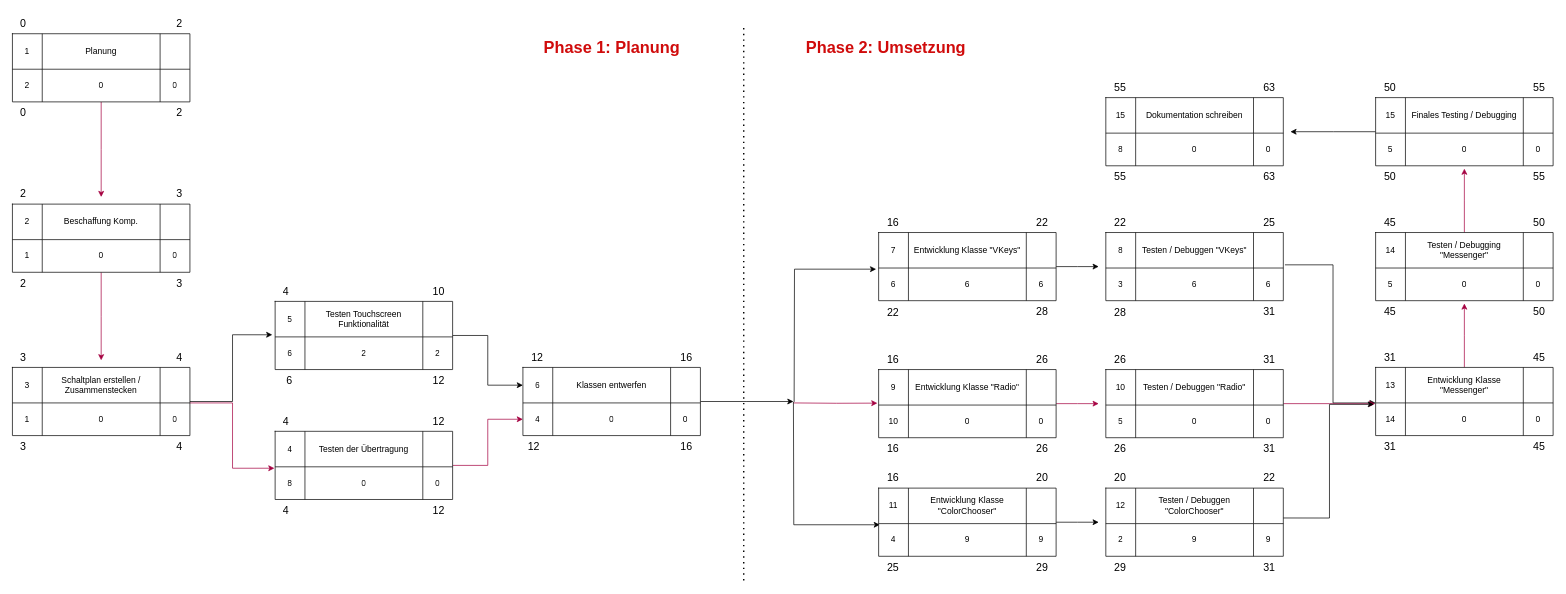
The draw.io diagram Documentation/Grafik/Diagramm/Netzplan.drawio in GeKoppe/TouchPager, before the edit. Source tidied: cells renumbered, new cells numbered last; positions are measured from the earlier drawing's top-left corner, leaving out a move shared by most shapes. Both pictures are drawn from the tidied source at 71%, with x=0, y=0 at pixel (12, 12).
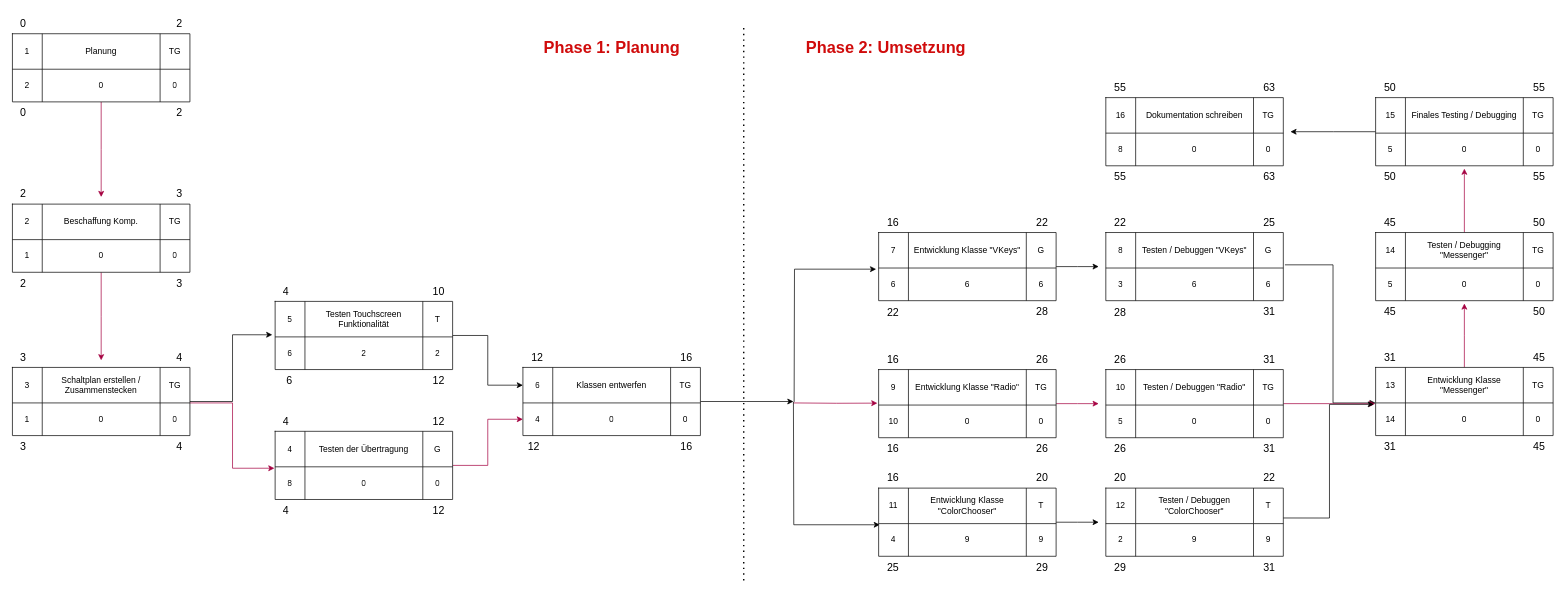
The same diagram, later.

The change refers to these unchanged cells:
```xml
<mxCell id="4" style="shape=tableRow;horizontal=0;startSize=0;swimlaneHead=0;swimlaneBody=0;top=0;left=0;bottom=0;right=0;fillColor=none;labelBackgroundColor=none;" parent="3" vertex="1">
  <mxGeometry width="250" height="50" as="geometry" />
</mxCell>
<mxCell id="18" style="shape=tableRow;horizontal=0;startSize=0;swimlaneHead=0;swimlaneBody=0;top=0;left=0;bottom=0;right=0;fillColor=none;labelBackgroundColor=none;" parent="17" vertex="1">
  <mxGeometry width="250" height="50" as="geometry" />
</mxCell>
<mxCell id="33" style="shape=tableRow;horizontal=0;startSize=0;swimlaneHead=0;swimlaneBody=0;top=0;left=0;bottom=0;right=0;fillColor=none;labelBackgroundColor=none;" parent="32" vertex="1">
  <mxGeometry width="250" height="50" as="geometry" />
</mxCell>
<mxCell id="47" style="shape=tableRow;horizontal=0;startSize=0;swimlaneHead=0;swimlaneBody=0;top=0;left=0;bottom=0;right=0;fillColor=none;labelBackgroundColor=none;" parent="46" vertex="1">
  <mxGeometry width="250" height="50" as="geometry" />
</mxCell>
<mxCell id="61" style="shape=tableRow;horizontal=0;startSize=0;swimlaneHead=0;swimlaneBody=0;top=0;left=0;bottom=0;right=0;fillColor=none;points=[[0,0.5],[1,0.5]];portConstraint=eastwest;labelBackgroundColor=none;" parent="60" vertex="1">
  <mxGeometry width="250" height="50" as="geometry" />
</mxCell>
<mxCell id="75" style="shape=tableRow;horizontal=0;startSize=0;swimlaneHead=0;swimlaneBody=0;top=0;left=0;bottom=0;right=0;fillColor=none;labelBackgroundColor=none;" parent="74" vertex="1">
  <mxGeometry width="250" height="50" as="geometry" />
</mxCell>
<mxCell id="92" style="shape=tableRow;horizontal=0;startSize=0;swimlaneHead=0;swimlaneBody=0;top=0;left=0;bottom=0;right=0;fillColor=none;labelBackgroundColor=none;" parent="91" vertex="1">
  <mxGeometry width="250" height="50" as="geometry" />
</mxCell>
<mxCell id="106" style="shape=tableRow;horizontal=0;startSize=0;swimlaneHead=0;swimlaneBody=0;top=0;left=0;bottom=0;right=0;fillColor=none;labelBackgroundColor=none;" parent="105" vertex="1">
  <mxGeometry width="250" height="50" as="geometry" />
</mxCell>
<mxCell id="120" style="shape=tableRow;horizontal=0;startSize=0;swimlaneHead=0;swimlaneBody=0;top=0;left=0;bottom=0;right=0;fillColor=none;points=[[0,0.5],[1,0.5]];portConstraint=eastwest;labelBackgroundColor=none;" parent="119" vertex="1">
  <mxGeometry width="250" height="50" as="geometry" />
</mxCell>
<mxCell id="134" style="shape=tableRow;horizontal=0;startSize=0;swimlaneHead=0;swimlaneBody=0;top=0;left=0;bottom=0;right=0;fillColor=none;labelBackgroundColor=none;" parent="133" vertex="1">
  <mxGeometry width="250" height="50" as="geometry" />
</mxCell>
<mxCell id="148" style="shape=tableRow;horizontal=0;startSize=0;swimlaneHead=0;swimlaneBody=0;top=0;left=0;bottom=0;right=0;fillColor=none;points=[[0,0.5],[1,0.5]];portConstraint=eastwest;labelBackgroundColor=none;" parent="147" vertex="1">
  <mxGeometry width="250" height="50" as="geometry" />
</mxCell>
<mxCell id="162" style="shape=tableRow;horizontal=0;startSize=0;swimlaneHead=0;swimlaneBody=0;top=0;left=0;bottom=0;right=0;fillColor=none;labelBackgroundColor=none;" parent="161" vertex="1">
  <mxGeometry width="250" height="50" as="geometry" />
</mxCell>
<mxCell id="176" style="shape=tableRow;horizontal=0;startSize=0;swimlaneHead=0;swimlaneBody=0;top=0;left=0;bottom=0;right=0;fillColor=none;points=[[0,0.5],[1,0.5]];portConstraint=eastwest;labelBackgroundColor=none;" parent="175" vertex="1">
  <mxGeometry width="250" height="50" as="geometry" />
</mxCell>
<mxCell id="190" style="shape=tableRow;horizontal=0;startSize=0;swimlaneHead=0;swimlaneBody=0;top=0;left=0;bottom=0;right=0;fillColor=none;labelBackgroundColor=none;" parent="189" vertex="1">
  <mxGeometry width="250" height="50" as="geometry" />
</mxCell>
<mxCell id="204" style="shape=tableRow;horizontal=0;startSize=0;swimlaneHead=0;swimlaneBody=0;top=0;left=0;bottom=0;right=0;fillColor=none;labelBackgroundColor=none;" parent="203" vertex="1">
  <mxGeometry width="250" height="50" as="geometry" />
</mxCell>
<mxCell id="217" style="shape=tableRow;horizontal=0;startSize=0;swimlaneHead=0;swimlaneBody=0;top=0;left=0;bottom=0;right=0;fillColor=none;labelBackgroundColor=none;" parent="216" vertex="1">
  <mxGeometry width="250" height="50" as="geometry" />
</mxCell>
```

Diff of the diagram source:
```diff
@@
-    <mxCell id="7" style="shape=partialRectangle;html=1;whiteSpace=wrap;fillColor=none;top=0;left=0;bottom=0;right=0;overflow=hidden;labelBackgroundColor=none;" parent="4" vertex="1">
+    <mxCell id="7" value="TG" style="shape=partialRectangle;html=1;whiteSpace=wrap;fillColor=none;top=0;left=0;bottom=0;right=0;overflow=hidden;labelBackgroundColor=none;" parent="4" vertex="1">
       <mxGeometry x="208" width="42" height="50" as="geometry" />
     </mxCell>
@@
-    <mxCell id="21" style="shape=partialRectangle;html=1;whiteSpace=wrap;fillColor=none;top=0;left=0;bottom=0;right=0;overflow=hidden;labelBackgroundColor=none;" parent="18" vertex="1">
+    <mxCell id="21" value="TG" style="shape=partialRectangle;html=1;whiteSpace=wrap;fillColor=none;top=0;left=0;bottom=0;right=0;overflow=hidden;labelBackgroundColor=none;" parent="18" vertex="1">
       <mxGeometry x="208" width="42" height="50" as="geometry" />
     </mxCell>
@@
-    <mxCell id="36" style="shape=partialRectangle;html=1;whiteSpace=wrap;fillColor=none;top=0;left=0;bottom=0;right=0;overflow=hidden;labelBackgroundColor=none;" parent="33" vertex="1">
+    <mxCell id="36" value="TG" style="shape=partialRectangle;html=1;whiteSpace=wrap;fillColor=none;top=0;left=0;bottom=0;right=0;overflow=hidden;labelBackgroundColor=none;" parent="33" vertex="1">
       <mxGeometry x="208" width="42" height="50" as="geometry" />
     </mxCell>
@@
-    <mxCell id="50" style="shape=partialRectangle;html=1;whiteSpace=wrap;fillColor=none;top=0;left=0;bottom=0;right=0;overflow=hidden;labelBackgroundColor=none;" parent="47" vertex="1">
+    <mxCell id="50" value="G" style="shape=partialRectangle;html=1;whiteSpace=wrap;fillColor=none;top=0;left=0;bottom=0;right=0;overflow=hidden;labelBackgroundColor=none;" parent="47" vertex="1">
       <mxGeometry x="208" width="42" height="50" as="geometry" />
     </mxCell>
@@
-    <mxCell id="64" style="shape=partialRectangle;html=1;whiteSpace=wrap;fillColor=none;top=0;left=0;bottom=0;right=0;overflow=hidden;labelBackgroundColor=none;" parent="61" vertex="1">
+    <mxCell id="64" value="TG" style="shape=partialRectangle;html=1;whiteSpace=wrap;fillColor=none;top=0;left=0;bottom=0;right=0;overflow=hidden;labelBackgroundColor=none;" parent="61" vertex="1">
       <mxGeometry x="208" width="42" height="50" as="geometry" />
     </mxCell>
@@
-    <mxCell id="78" style="shape=partialRectangle;html=1;whiteSpace=wrap;fillColor=none;top=0;left=0;bottom=0;right=0;overflow=hidden;labelBackgroundColor=none;" parent="75" vertex="1">
+    <mxCell id="78" value="T" style="shape=partialRectangle;html=1;whiteSpace=wrap;fillColor=none;top=0;left=0;bottom=0;right=0;overflow=hidden;labelBackgroundColor=none;" parent="75" vertex="1">
       <mxGeometry x="208" width="42" height="50" as="geometry" />
     </mxCell>
@@
-    <mxCell id="95" style="shape=partialRectangle;html=1;whiteSpace=wrap;fillColor=none;top=0;left=0;bottom=0;right=0;overflow=hidden;labelBackgroundColor=none;" parent="92" vertex="1">
+    <mxCell id="95" value="G" style="shape=partialRectangle;html=1;whiteSpace=wrap;fillColor=none;top=0;left=0;bottom=0;right=0;overflow=hidden;labelBackgroundColor=none;" parent="92" vertex="1">
       <mxGeometry x="208" width="42" height="50" as="geometry" />
     </mxCell>
@@
-    <mxCell id="109" style="shape=partialRectangle;html=1;whiteSpace=wrap;fillColor=none;top=0;left=0;bottom=0;right=0;overflow=hidden;labelBackgroundColor=none;" parent="106" vertex="1">
+    <mxCell id="109" value="T" style="shape=partialRectangle;html=1;whiteSpace=wrap;fillColor=none;top=0;left=0;bottom=0;right=0;overflow=hidden;labelBackgroundColor=none;" parent="106" vertex="1">
       <mxGeometry x="208" width="42" height="50" as="geometry" />
     </mxCell>
@@
-    <mxCell id="123" style="shape=partialRectangle;html=1;whiteSpace=wrap;fillColor=none;top=0;left=0;bottom=0;right=0;overflow=hidden;labelBackgroundColor=none;" parent="120" vertex="1">
+    <mxCell id="123" value="TG" style="shape=partialRectangle;html=1;whiteSpace=wrap;fillColor=none;top=0;left=0;bottom=0;right=0;overflow=hidden;labelBackgroundColor=none;" parent="120" vertex="1">
       <mxGeometry x="208" width="42" height="50" as="geometry" />
     </mxCell>
@@
-    <mxCell id="137" style="shape=partialRectangle;html=1;whiteSpace=wrap;fillColor=none;top=0;left=0;bottom=0;right=0;overflow=hidden;labelBackgroundColor=none;" parent="134" vertex="1">
+    <mxCell id="137" value="TG" style="shape=partialRectangle;html=1;whiteSpace=wrap;fillColor=none;top=0;left=0;bottom=0;right=0;overflow=hidden;labelBackgroundColor=none;" parent="134" vertex="1">
       <mxGeometry x="208" width="42" height="50" as="geometry" />
     </mxCell>
@@
-    <mxCell id="151" style="shape=partialRectangle;html=1;whiteSpace=wrap;fillColor=none;top=0;left=0;bottom=0;right=0;overflow=hidden;labelBackgroundColor=none;" parent="148" vertex="1">
+    <mxCell id="151" value="G" style="shape=partialRectangle;html=1;whiteSpace=wrap;fillColor=none;top=0;left=0;bottom=0;right=0;overflow=hidden;labelBackgroundColor=none;" parent="148" vertex="1">
       <mxGeometry x="208" width="42" height="50" as="geometry" />
     </mxCell>
@@
-    <mxCell id="165" style="shape=partialRectangle;html=1;whiteSpace=wrap;fillColor=none;top=0;left=0;bottom=0;right=0;overflow=hidden;labelBackgroundColor=none;" parent="162" vertex="1">
+    <mxCell id="165" value="TG" style="shape=partialRectangle;html=1;whiteSpace=wrap;fillColor=none;top=0;left=0;bottom=0;right=0;overflow=hidden;labelBackgroundColor=none;" parent="162" vertex="1">
       <mxGeometry x="208" width="42" height="50" as="geometry" />
     </mxCell>
@@
-    <mxCell id="179" style="shape=partialRectangle;html=1;whiteSpace=wrap;fillColor=none;top=0;left=0;bottom=0;right=0;overflow=hidden;labelBackgroundColor=none;" parent="176" vertex="1">
+    <mxCell id="179" value="T" style="shape=partialRectangle;html=1;whiteSpace=wrap;fillColor=none;top=0;left=0;bottom=0;right=0;overflow=hidden;labelBackgroundColor=none;" parent="176" vertex="1">
       <mxGeometry x="208" width="42" height="50" as="geometry" />
     </mxCell>
@@
-    <mxCell id="193" style="shape=partialRectangle;html=1;whiteSpace=wrap;fillColor=none;top=0;left=0;bottom=0;right=0;overflow=hidden;labelBackgroundColor=none;" parent="190" vertex="1">
+    <mxCell id="193" value="TG" style="shape=partialRectangle;html=1;whiteSpace=wrap;fillColor=none;top=0;left=0;bottom=0;right=0;overflow=hidden;labelBackgroundColor=none;" parent="190" vertex="1">
       <mxGeometry x="208" width="42" height="50" as="geometry" />
     </mxCell>
@@
-    <mxCell id="207" style="shape=partialRectangle;html=1;whiteSpace=wrap;fillColor=none;top=0;left=0;bottom=0;right=0;overflow=hidden;labelBackgroundColor=none;" parent="204" vertex="1">
+    <mxCell id="207" value="TG" style="shape=partialRectangle;html=1;whiteSpace=wrap;fillColor=none;top=0;left=0;bottom=0;right=0;overflow=hidden;labelBackgroundColor=none;" parent="204" vertex="1">
       <mxGeometry x="208" width="42" height="50" as="geometry" />
     </mxCell>
@@
-    <mxCell id="218" value="15" style="shape=partialRectangle;html=1;whiteSpace=wrap;fillColor=none;top=0;left=0;bottom=0;right=0;overflow=hidden;labelBackgroundColor=none;" parent="217" vertex="1">
+    <mxCell id="218" value="16" style="shape=partialRectangle;html=1;whiteSpace=wrap;fillColor=none;top=0;left=0;bottom=0;right=0;overflow=hidden;labelBackgroundColor=none;" parent="217" vertex="1">
       <mxGeometry width="42" height="50" as="geometry" />
     </mxCell>
@@
-    <mxCell id="220" style="shape=partialRectangle;html=1;whiteSpace=wrap;fillColor=none;top=0;left=0;bottom=0;right=0;overflow=hidden;labelBackgroundColor=none;" parent="217" vertex="1">
+    <mxCell id="220" value="TG" style="shape=partialRectangle;html=1;whiteSpace=wrap;fillColor=none;top=0;left=0;bottom=0;right=0;overflow=hidden;labelBackgroundColor=none;" parent="217" vertex="1">
       <mxGeometry x="208" width="42" height="50" as="geometry" />
     </mxCell>
```
